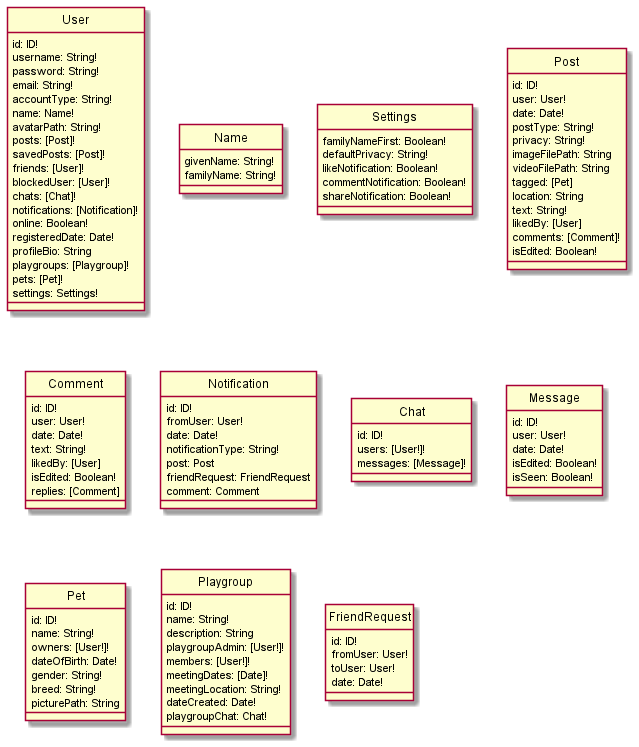
bryanwhl/pet-social keeps this PlantUML diagram as docs/uml/DataSchema.png. Above is the earlier version.
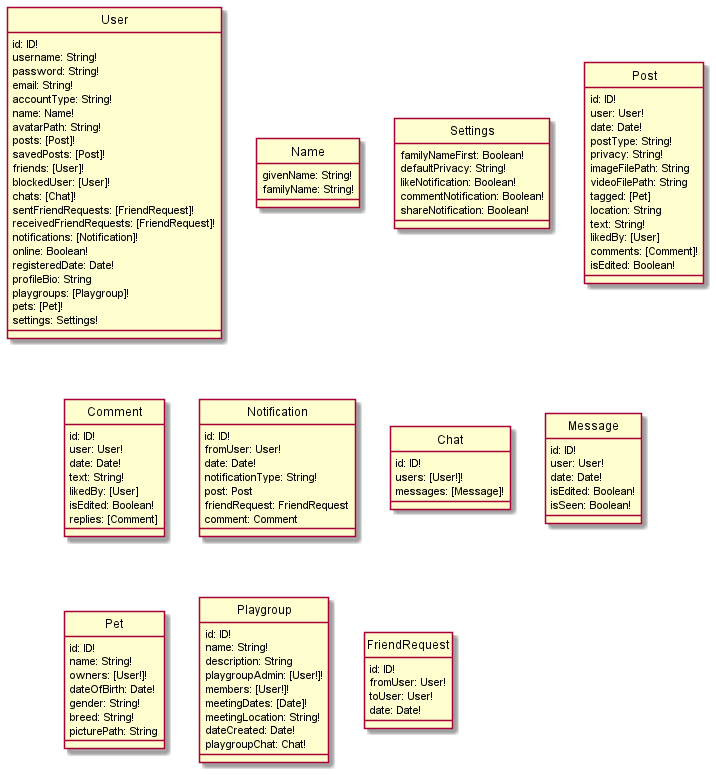
Later version of the same file.

Change to the diagram source:
```diff
@@ -15,6 +15,8 @@
     friends: [User]!
     blockedUser: [User]!
     chats: [Chat]!
+    sentFriendRequests: [FriendRequest]!
+    receivedFriendRequests: [FriendRequest]!
     notifications: [Notification]!
     online: Boolean!
     registeredDate: Date!
```
